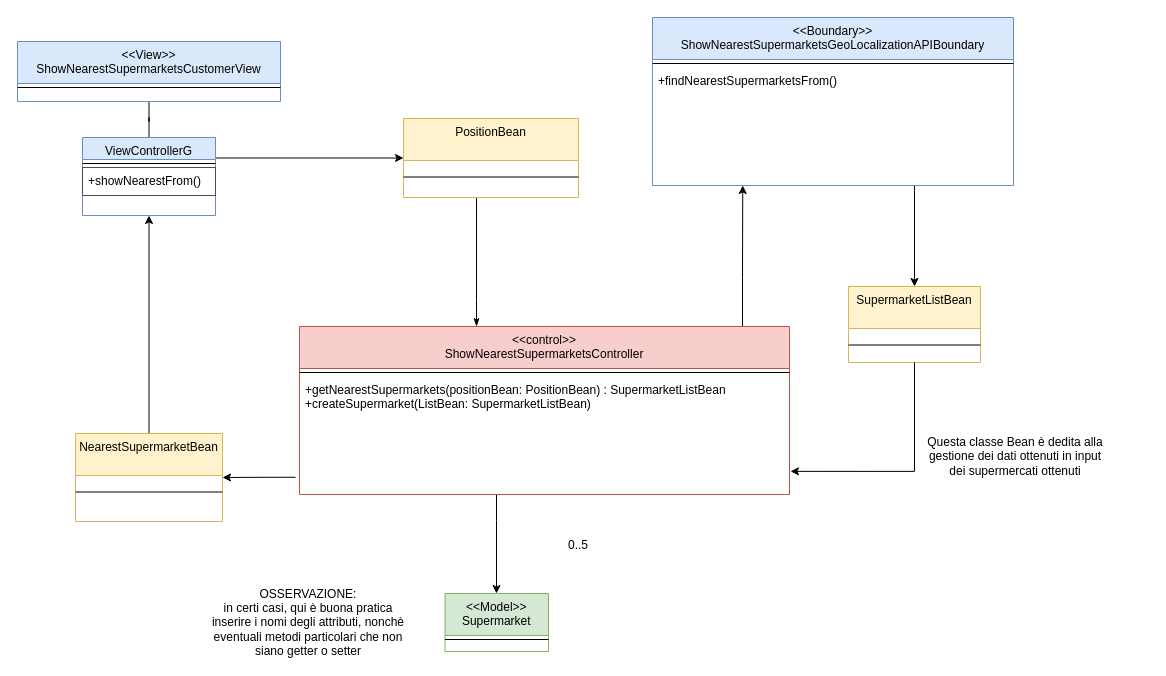
Above: docx&pdf/ClassDiagram_BCE/DESIGN_ShowNearestSupermarket.drawio in FredHats99/HealthyCart (draw.io), before the change. Source tidied: cells renumbered, new cells numbered last; positions are measured from the earlier drawing's top-left corner, leaving out a move shared by most shapes. Both pictures are drawn from the tidied source at 100%, with x=0, y=0 at pixel (17, 17).
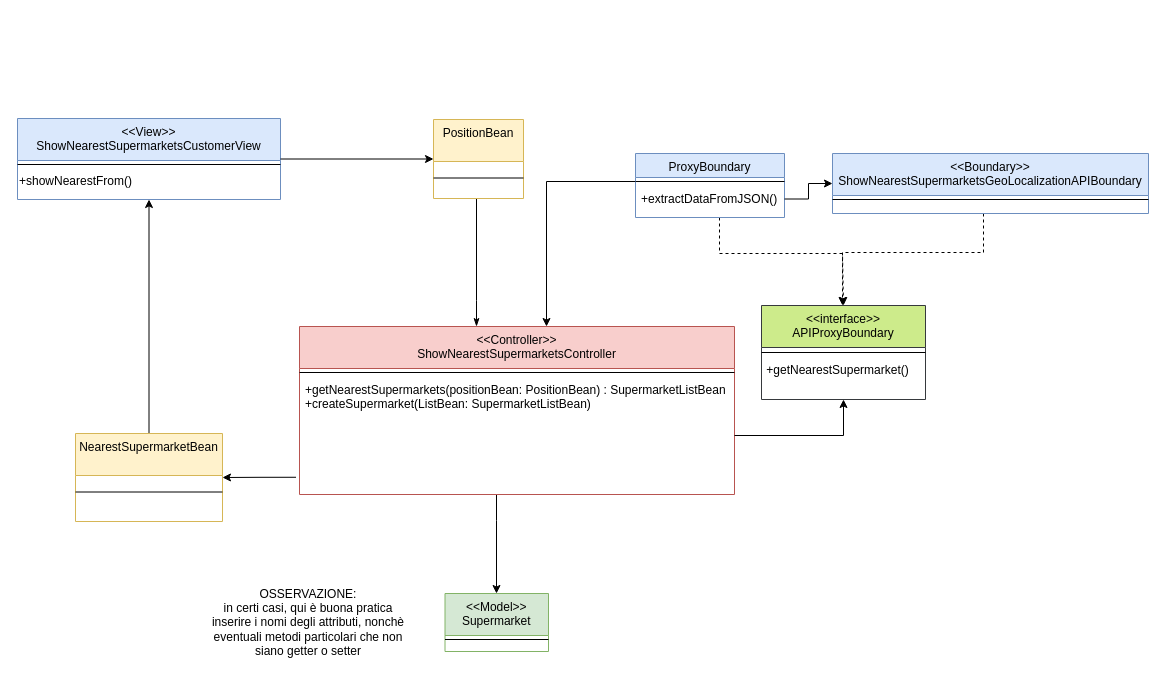
The same diagram, later.

Commit message (it also covers changes not shown here):
Applied the proxy design pattern to SearchProduct pt.1

Unchanged cells that the change refers to:
```xml
<mxCell id="21" value="NearestSupermarketBean" style="swimlane;fontStyle=0;align=center;verticalAlign=top;horizontal=1;startSize=42;rounded=0;shadow=0;strokeWidth=1;fillColor=#fff2cc;strokeColor=#d6b656;" parent="1" vertex="1">
  <mxGeometry x="58" y="416" width="147" height="88" as="geometry" />
</mxCell>
```

The edit, as a diff of the source:
```diff
@@
-    <mxCell id="5" style="edgeStyle=orthogonalEdgeStyle;rounded=0;jettySize=auto;html=1;entryX=0.25;entryY=1;entryDx=0;entryDy=0;endArrow=classic;endFill=1;" parent="1" edge="1" source="6" target="13">
-      <mxGeometry relative="1" as="geometry">
-        <Array as="points">
-          <mxPoint x="725" y="260" />
-          <mxPoint x="725" y="260" />
-        </Array>
-      </mxGeometry>
-    </mxCell>
-    <mxCell id="6" value="&lt;&lt;control&gt;&gt;&#10;ShowNearestSupermarketsController&#10;" style="swimlane;fontStyle=0;align=center;verticalAlign=top;horizontal=1;startSize=42;rounded=0;shadow=0;strokeWidth=1;fillColor=#f8cecc;strokeColor=#b85450;" parent="1" vertex="1">
-      <mxGeometry x="282" y="309" width="490" height="168" as="geometry" />
+    <mxCell id="6" value="&lt;&lt;Controller&gt;&gt;&#10;ShowNearestSupermarketsController&#10;" style="swimlane;fontStyle=0;align=center;verticalAlign=top;horizontal=1;startSize=42;rounded=0;shadow=0;strokeWidth=1;fillColor=#f8cecc;strokeColor=#b85450;" parent="1" vertex="1">
+      <mxGeometry x="282" y="309" width="435" height="168" as="geometry" />
     </mxCell>
     <mxCell id="7" style="line;html=1;strokeWidth=1;align=left;verticalAlign=middle;spacingTop=-1;spacingLeft=3;spacingRight=3;labelPosition=right;" parent="6" vertex="1">
-      <mxGeometry y="42" width="490" height="8" as="geometry" />
+      <mxGeometry y="42" width="435" height="8" as="geometry" />
     </mxCell>
     <mxCell id="8" value="+getNearestSupermarkets(positionBean: PositionBean) : SupermarketListBean&#10;+createSupermarket(ListBean: SupermarketListBean)&#10;" style="text;align=left;verticalAlign=top;spacingLeft=4;spacingRight=4;overflow=hidden;points=[[0,0.5],[1,0.5]];portConstraint=eastwest;" parent="6" vertex="1">
-      <mxGeometry y="50" width="490" height="118" as="geometry" />
+      <mxGeometry y="50" width="435" height="118" as="geometry" />
     </mxCell>
-    <mxCell id="9" style="edgeStyle=orthogonalEdgeStyle;rounded=0;jettySize=auto;html=1;endArrow=none;endFill=0;" parent="1" edge="1" source="10" target="30">
-      <mxGeometry relative="1" as="geometry" />
-    </mxCell>
     <mxCell id="10" value="&lt;&lt;View&gt;&gt;&#10;ShowNearestSupermarketsCustomerView&#10;" style="swimlane;fontStyle=0;align=center;verticalAlign=top;horizontal=1;startSize=42;rounded=0;shadow=0;strokeWidth=1;fillColor=#dae8fc;strokeColor=#6c8ebf;" parent="1" vertex="1">
-      <mxGeometry y="24" width="263" height="60" as="geometry" />
+      <mxGeometry y="101" width="263" height="81" as="geometry" />
     </mxCell>
@@
+    <mxCell id="32" value="+showNearestFrom()" style="text;html=1;align=left;verticalAlign=middle;strokeColor=none;fillColor=none;" parent="10" vertex="1">
+      <mxGeometry y="50" width="263" height="26" as="geometry" />
+    </mxCell>
-    <mxCell id="12" style="edgeStyle=orthogonalEdgeStyle;rounded=0;jettySize=auto;html=1;startArrow=none;startFill=0;endArrow=classic;endFill=1;" parent="1" edge="1" source="13" target="17">
+    <mxCell id="12" style="edgeStyle=orthogonalEdgeStyle;rounded=0;jettySize=auto;html=1;startArrow=none;startFill=0;endArrow=classic;endFill=1;" parent="1" edge="1" source="38" target="6">
       <mxGeometry relative="1" as="geometry">
         <Array as="points">
-          <mxPoint x="897" y="173" />
-          <mxPoint x="897" y="173" />
+          <mxPoint x="529" y="164" />
         </Array>
       </mxGeometry>
     </mxCell>
+    <mxCell id="33" style="edgeStyle=orthogonalEdgeStyle;rounded=0;jettySize=auto;html=1;dashed=1;" parent="1" edge="1" source="13" target="34">
+      <mxGeometry relative="1" as="geometry">
+        <Array as="points">
+          <mxPoint x="966" y="235" />
+          <mxPoint x="825" y="235" />
+        </Array>
+      </mxGeometry>
+    </mxCell>
     <mxCell id="13" value="&lt;&lt;Boundary&gt;&gt;&#10;ShowNearestSupermarketsGeoLocalizationAPIBoundary" style="swimlane;fontStyle=0;align=center;verticalAlign=top;horizontal=1;startSize=42;rounded=0;shadow=0;strokeWidth=1;fillColor=#dae8fc;strokeColor=#6c8ebf;" parent="1" vertex="1">
-      <mxGeometry x="635" width="361" height="168" as="geometry" />
+      <mxGeometry x="815" y="136" width="316" height="60" as="geometry" />
     </mxCell>
     <mxCell id="14" style="line;html=1;strokeWidth=1;align=left;verticalAlign=middle;spacingTop=-1;spacingLeft=3;spacingRight=3;labelPosition=right;" parent="13" vertex="1">
-      <mxGeometry y="42" width="361" height="8" as="geometry" />
+      <mxGeometry y="42" width="316" height="8" as="geometry" />
     </mxCell>
-    <mxCell id="15" value="+findNearestSupermarketsFrom() " style="text;align=left;verticalAlign=top;spacingLeft=4;spacingRight=4;overflow=hidden;" parent="13" vertex="1">
-      <mxGeometry y="50" width="361" height="118" as="geometry" />
-    </mxCell>
-    <mxCell id="16" value="0..5" style="text;html=1;strokeColor=none;fillColor=none;align=center;verticalAlign=middle;whiteSpace=wrap;rounded=0;" parent="1" vertex="1">
-      <mxGeometry x="531" y="513" width="60" height="30" as="geometry" />
-    </mxCell>
-    <mxCell id="17" value="SupermarketListBean" style="swimlane;fontStyle=0;align=center;verticalAlign=top;horizontal=1;startSize=42;rounded=0;shadow=0;strokeWidth=1;fillColor=#fff2cc;strokeColor=#d6b656;" parent="1" vertex="1">
-      <mxGeometry x="831" y="269" width="132" height="76" as="geometry" />
-    </mxCell>
-    <mxCell id="18" style="line;html=1;strokeWidth=1;align=left;verticalAlign=middle;spacingTop=-1;spacingLeft=3;spacingRight=3;labelPosition=right;" parent="17" vertex="1">
-      <mxGeometry y="42" width="132" height="33" as="geometry" />
-    </mxCell>
-    <mxCell id="19" value="Questa classe Bean è dedita alla gestione dei dati ottenuti in input&lt;br&gt;dei supermercati ottenuti" style="text;html=1;strokeColor=none;fillColor=none;align=center;verticalAlign=middle;whiteSpace=wrap;rounded=0;" parent="1" vertex="1">
-      <mxGeometry x="891" y="424" width="214" height="30" as="geometry" />
-    </mxCell>
-    <mxCell id="20" style="edgeStyle=orthogonalEdgeStyle;rounded=0;jettySize=auto;html=1;endArrow=classic;endFill=1;" parent="1" edge="1" source="21" target="30">
+    <mxCell id="20" style="edgeStyle=orthogonalEdgeStyle;rounded=0;jettySize=auto;html=1;endArrow=classic;endFill=1;" parent="1" edge="1" source="21" target="10">
       <mxGeometry relative="1" as="geometry" />
     </mxCell>
@@
     <mxCell id="26" value="PositionBean" style="swimlane;fontStyle=0;align=center;verticalAlign=top;horizontal=1;startSize=42;rounded=0;shadow=0;strokeWidth=1;fillColor=#fff2cc;strokeColor=#d6b656;" parent="1" vertex="1">
-      <mxGeometry x="386" y="101" width="175" height="79" as="geometry" />
+      <mxGeometry x="416" y="102" width="90" height="79" as="geometry" />
     </mxCell>
     <mxCell id="27" style="line;html=1;strokeWidth=1;align=left;verticalAlign=middle;spacingTop=-1;spacingLeft=3;spacingRight=3;labelPosition=right;" parent="26" vertex="1">
-      <mxGeometry y="42" width="175" height="33" as="geometry" />
+      <mxGeometry y="42" width="90" height="33" as="geometry" />
     </mxCell>
-    <mxCell id="28" style="endArrow=classic;html=1;rounded=0;startArrow=none;startFill=0;entryX=1.002;entryY=0.804;entryDx=0;entryDy=0;entryPerimeter=0;edgeStyle=orthogonalEdgeStyle;" parent="1" edge="1" source="17" target="8">
-      <mxGeometry relative="1" as="geometry" />
-    </mxCell>
-    <mxCell id="29" style="edgeStyle=orthogonalEdgeStyle;rounded=0;jettySize=auto;html=1;entryX=0;entryY=0.5;entryDx=0;entryDy=0;endArrow=classic;endFill=1;" parent="1" edge="1" source="30" target="26">
-      <mxGeometry relative="1" as="geometry">
-        <Array as="points">
-          <mxPoint x="296" y="141" />
-        </Array>
-      </mxGeometry>
+    <mxCell id="29" style="edgeStyle=orthogonalEdgeStyle;rounded=0;jettySize=auto;html=1;entryX=0;entryY=0.5;entryDx=0;entryDy=0;endArrow=classic;endFill=1;" parent="1" edge="1" source="10" target="26">
+      <mxGeometry relative="1" as="geometry" />
     </mxCell>
-    <mxCell id="30" value="ViewControllerG" style="swimlane;fontStyle=0;align=center;verticalAlign=top;horizontal=1;startSize=22;rounded=0;shadow=0;strokeWidth=1;fillColor=#dae8fc;strokeColor=#6c8ebf;" parent="1" vertex="1">
-      <mxGeometry x="65" y="120" width="133" height="78" as="geometry" />
-    </mxCell>
-    <mxCell id="31" style="line;html=1;strokeWidth=1;align=left;verticalAlign=middle;spacingTop=-1;spacingLeft=3;spacingRight=3;labelPosition=right;" parent="30" vertex="1">
-      <mxGeometry y="22" width="133" height="8" as="geometry" />
-    </mxCell>
-    <mxCell id="32" value="+showNearestFrom()" style="text;align=left;verticalAlign=top;spacingLeft=4;spacingRight=4;overflow=hidden;strokeColor=#4D4D4D;" parent="30" vertex="1">
-      <mxGeometry y="30" width="133" height="28" as="geometry" />
-    </mxCell>
+    <mxCell id="34" value="&lt;&lt;interface&gt;&gt;&#10;APIProxyBoundary" style="swimlane;fontStyle=0;align=center;verticalAlign=top;horizontal=1;startSize=42;rounded=0;shadow=0;strokeWidth=1;fillColor=#cdeb8b;strokeColor=#36393d;" parent="1" vertex="1">
+      <mxGeometry x="744" y="288" width="164" height="94" as="geometry" />
+    </mxCell>
+    <mxCell id="35" style="line;html=1;strokeWidth=1;align=left;verticalAlign=middle;spacingTop=-1;spacingLeft=3;spacingRight=3;labelPosition=right;" parent="34" vertex="1">
+      <mxGeometry y="42" width="164" height="10" as="geometry" />
+    </mxCell>
+    <mxCell id="36" value="&amp;nbsp;+getNearestSupermarket()" style="text;html=1;align=left;verticalAlign=middle;strokeColor=none;fillColor=none;" parent="34" vertex="1">
+      <mxGeometry y="52" width="164" height="26" as="geometry" />
+    </mxCell>
+    <mxCell id="37" style="edgeStyle=orthogonalEdgeStyle;rounded=0;jettySize=auto;html=1;entryX=0.5;entryY=0;entryDx=0;entryDy=0;dashed=1;" parent="1" edge="1" source="38" target="34">
+      <mxGeometry relative="1" as="geometry">
+        <Array as="points">
+          <mxPoint x="702" y="236" />
+          <mxPoint x="825" y="236" />
+        </Array>
+      </mxGeometry>
+    </mxCell>
+    <mxCell id="38" value="ProxyBoundary" style="swimlane;fontStyle=0;align=center;verticalAlign=top;horizontal=1;startSize=24;rounded=0;shadow=0;strokeWidth=1;fillColor=#dae8fc;strokeColor=#6c8ebf;" parent="1" vertex="1">
+      <mxGeometry x="618" y="136" width="149" height="64" as="geometry" />
+    </mxCell>
+    <mxCell id="39" style="line;html=1;strokeWidth=1;align=left;verticalAlign=middle;spacingTop=-1;spacingLeft=3;spacingRight=3;labelPosition=right;" parent="38" vertex="1">
+      <mxGeometry y="24" width="149" height="8" as="geometry" />
+    </mxCell>
+    <mxCell id="40" value="+extractDataFromJSON()" style="text;align=left;verticalAlign=top;spacingLeft=4;spacingRight=4;overflow=hidden;points=[[0,0.5],[1,0.5]];portConstraint=eastwest;" parent="38" vertex="1">
+      <mxGeometry y="32" width="149" height="27" as="geometry" />
+    </mxCell>
+    <mxCell id="41" style="edgeStyle=orthogonalEdgeStyle;rounded=0;jettySize=auto;html=1;" parent="1" edge="1" source="40" target="13">
+      <mxGeometry relative="1" as="geometry" />
+    </mxCell>
+    <mxCell id="42" style="edgeStyle=orthogonalEdgeStyle;rounded=0;jettySize=auto;html=1;entryX=0.5;entryY=1;entryDx=0;entryDy=0;" parent="1" edge="1" source="8" target="34">
+      <mxGeometry relative="1" as="geometry" />
+    </mxCell>
```
